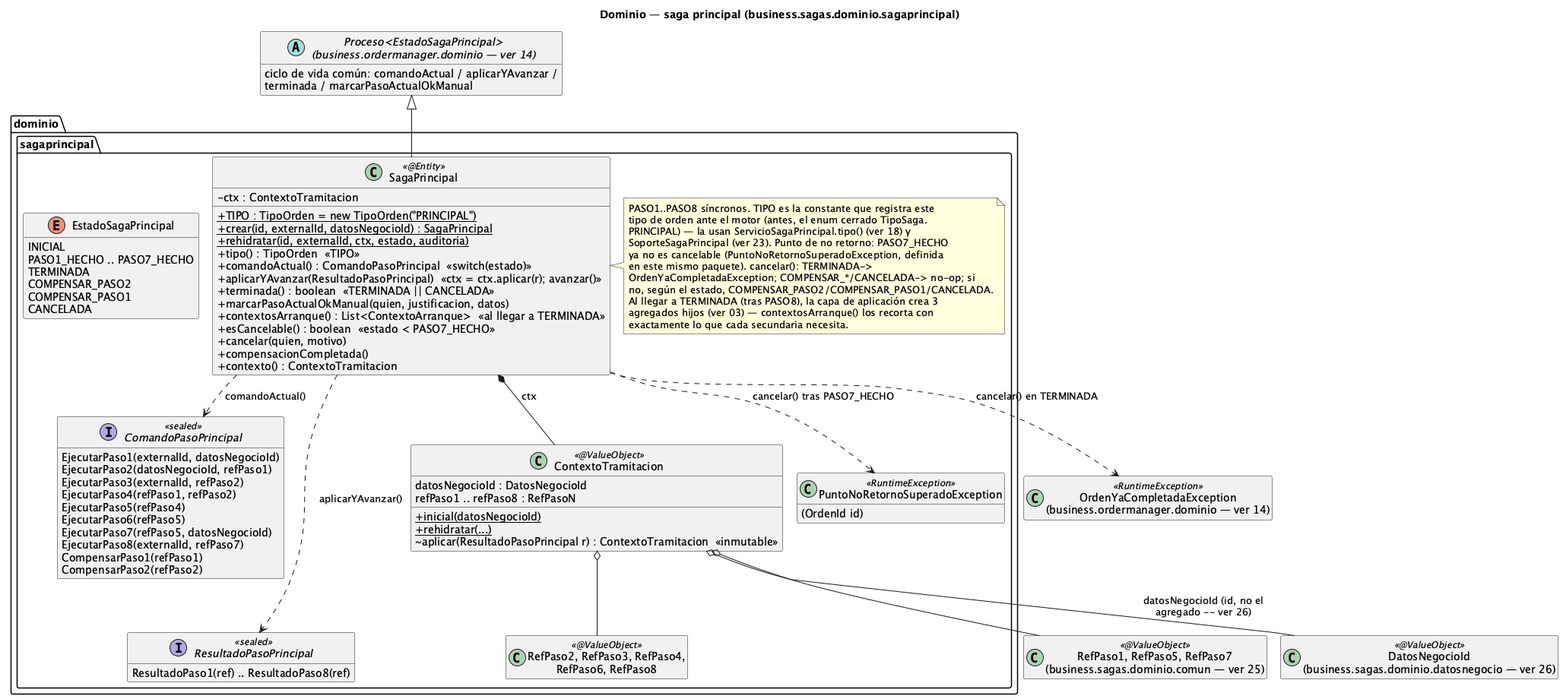
Before: order-manager/docs/15-clases-dominio-saga-principal.png, a diagram exported from PlantUML (ralcazar/patrones).
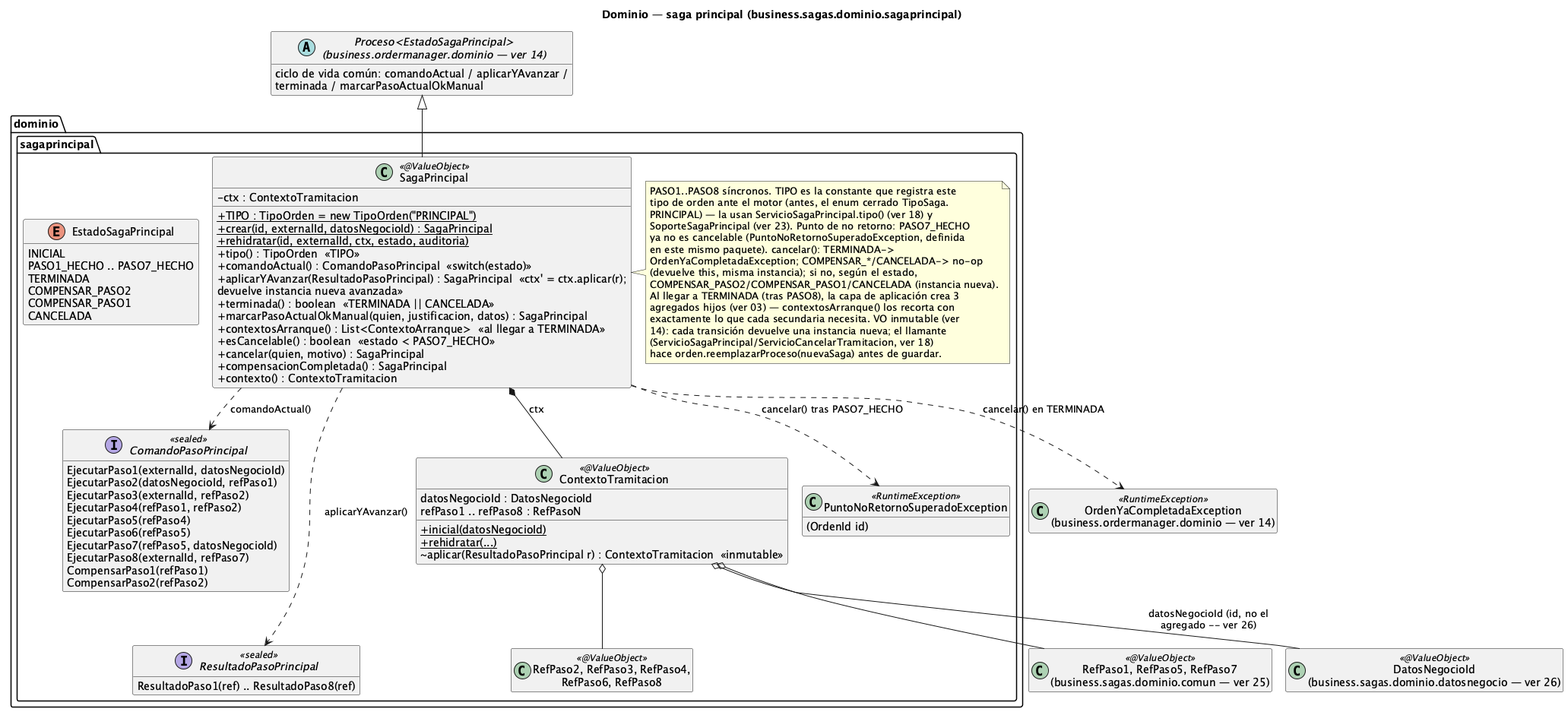
After the change.

The edit, as a diff of the source:
```diff
@@ -10,20 +10,20 @@
 }
 
 package "dominio.sagaprincipal" {
-  class SagaPrincipal <<@Entity>> {
+  class SagaPrincipal <<@ValueObject>> {
     +{static} TIPO : TipoOrden = new TipoOrden("PRINCIPAL")
     -ctx : ContextoTramitacion
     +{static} crear(id, externalId, datosNegocioId) : SagaPrincipal
     +{static} rehidratar(id, externalId, ctx, estado, auditoria)
     +tipo() : TipoOrden  «TIPO»
     +comandoActual() : ComandoPasoPrincipal  «switch(estado)»
-    +aplicarYAvanzar(ResultadoPasoPrincipal)  «ctx = ctx.aplicar(r); avanzar()»
+    +aplicarYAvanzar(ResultadoPasoPrincipal) : SagaPrincipal  «ctx' = ctx.aplicar(r);\ndevuelve instancia nueva avanzada»
     +terminada() : boolean  «TERMINADA || CANCELADA»
-    +marcarPasoActualOkManual(quien, justificacion, datos)
+    +marcarPasoActualOkManual(quien, justificacion, datos) : SagaPrincipal
     +contextosArranque() : List<ContextoArranque>  «al llegar a TERMINADA»
     +esCancelable() : boolean  «estado < PASO7_HECHO»
-    +cancelar(quien, motivo)
-    +compensacionCompletada()
+    +cancelar(quien, motivo) : SagaPrincipal
+    +compensacionCompletada() : SagaPrincipal
     +contexto() : ContextoTramitacion
   }
   note right of SagaPrincipal
@@ -33,11 +33,15 @@
     SoporteSagaPrincipal (ver 23). Punto de no retorno: PASO7_HECHO
     ya no es cancelable (PuntoNoRetornoSuperadoException, definida
     en este mismo paquete). cancelar(): TERMINADA->
-    OrdenYaCompletadaException; COMPENSAR_*/CANCELADA-> no-op; si
-    no, según el estado, COMPENSAR_PASO2/COMPENSAR_PASO1/CANCELADA.
+    OrdenYaCompletadaException; COMPENSAR_*/CANCELADA-> no-op
+    (devuelve this, misma instancia); si no, según el estado,
+    COMPENSAR_PASO2/COMPENSAR_PASO1/CANCELADA (instancia nueva).
     Al llegar a TERMINADA (tras PASO8), la capa de aplicación crea 3
     agregados hijos (ver 03) — contextosArranque() los recorta con
-    exactamente lo que cada secundaria necesita.
+    exactamente lo que cada secundaria necesita. VO inmutable (ver
+    14): cada transición devuelve una instancia nueva; el llamante
+    (ServicioSagaPrincipal/ServicioCancelarTramitacion, ver 18)
+    hace orden.reemplazarProceso(nuevaSaga) antes de guardar.
   end note
 
   enum EstadoSagaPrincipal {
```
